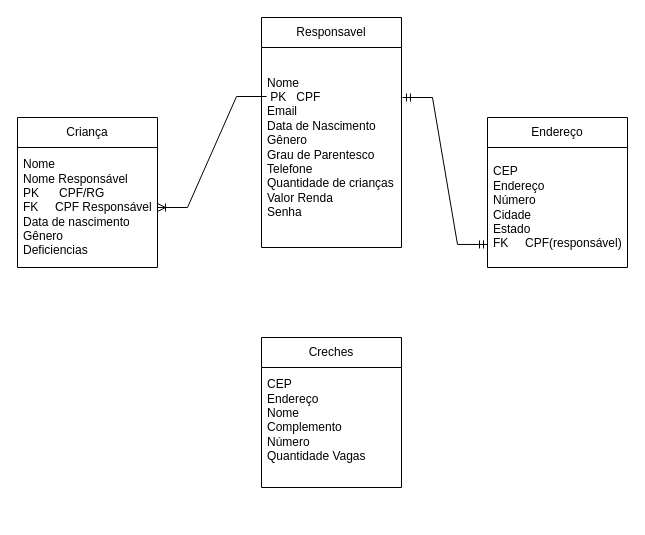
Before: DiagramaCreches.drawio in llucassilva/DiagramaCreches, a draw.io diagram. Source tidied: cells renumbered, new cells numbered last; positions are measured from the earlier drawing's top-left corner, leaving out a move shared by most shapes. Both pictures are drawn from the tidied source at 100%, with x=0, y=0 at pixel (17, 17).
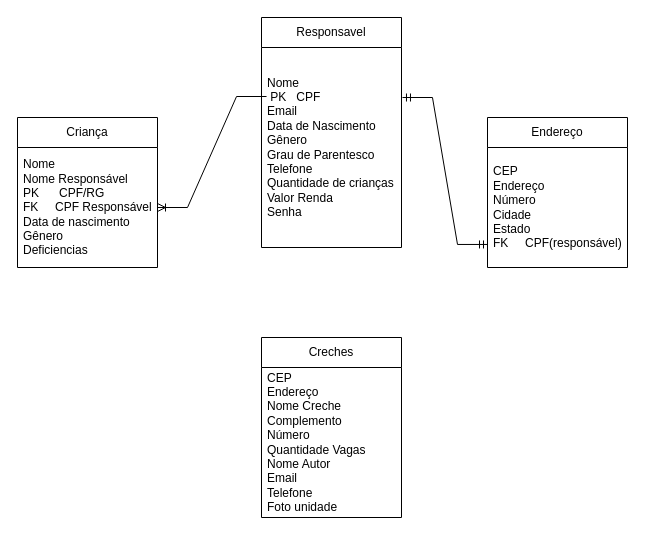
After the change.

Commit message:
atualizaçao creches

What changed in the source:
```diff
@@
 <mxGraphModel>
   <root>
     <mxCell id="0" />
     <mxCell id="1" parent="0" />
     <mxCell id="2" value="Criança" style="swimlane;fontStyle=0;horizontal=1;startSize=30;whiteSpace=wrap;html=1;" parent="1" vertex="1">
       <mxGeometry y="100" width="140" height="150" as="geometry" />
     </mxCell>
     <mxCell id="3" value="Nome&lt;div&gt;Nome Responsável&lt;/div&gt;&lt;div&gt;PK&amp;nbsp; &amp;nbsp; &amp;nbsp; CPF/RG&lt;/div&gt;&lt;div&gt;FK&amp;nbsp; &amp;nbsp; &amp;nbsp;CPF Responsável&lt;/div&gt;&lt;div&gt;Data de nascimento&lt;/div&gt;&lt;div&gt;Gênero&lt;br&gt;Deficiencias&lt;/div&gt;" style="text;strokeColor=none;fillColor=none;align=left;verticalAlign=middle;spacingLeft=4;spacingRight=4;overflow=hidden;points=[[0,0.5],[1,0.5]];portConstraint=eastwest;whiteSpace=wrap;html=1;" parent="2" vertex="1">
       <mxGeometry y="30" width="140" height="120" as="geometry" />
     </mxCell>
     <mxCell id="4" value="Responsavel" style="swimlane;fontStyle=0;horizontal=1;startSize=30;whiteSpace=wrap;html=1;" parent="1" vertex="1">
       <mxGeometry x="244" width="140" height="230" as="geometry" />
     </mxCell>
     <mxCell id="5" value="Nome&lt;br&gt;&amp;nbsp;PK&amp;nbsp; &amp;nbsp;CPF&lt;div&gt;&lt;div&gt;Email&lt;/div&gt;&lt;div&gt;Data de Nascimento&lt;br&gt;Gênero&lt;br&gt;Grau de Parentesco&lt;/div&gt;&lt;div&gt;Telefone&lt;br&gt;Quantidade de crianças&lt;/div&gt;&lt;div&gt;Valor Renda&lt;/div&gt;&lt;div&gt;Senha&lt;/div&gt;&lt;/div&gt;" style="text;strokeColor=none;fillColor=none;align=left;verticalAlign=middle;spacingLeft=4;spacingRight=4;overflow=hidden;points=[[0,0.5],[1,0.5]];portConstraint=eastwest;whiteSpace=wrap;html=1;" parent="4" vertex="1">
       <mxGeometry y="30" width="140" height="200" as="geometry" />
     </mxCell>
     <mxCell id="6" value="Creches" style="swimlane;fontStyle=0;horizontal=1;startSize=30;whiteSpace=wrap;html=1;" parent="1" vertex="1">
-      <mxGeometry x="244" y="320" width="140" height="150" as="geometry" />
+      <mxGeometry x="244" y="320" width="140" height="180" as="geometry" />
     </mxCell>
-    <mxCell id="7" value="CEP&lt;div&gt;Endereço&lt;/div&gt;&lt;div&gt;Nome&lt;/div&gt;&lt;div&gt;Complemento&lt;br&gt;Número&lt;/div&gt;&lt;div&gt;Quantidade Vagas&lt;br&gt;&lt;br&gt;&lt;/div&gt;" style="text;strokeColor=none;fillColor=none;align=left;verticalAlign=middle;spacingLeft=4;spacingRight=4;overflow=hidden;whiteSpace=wrap;html=1;" parent="6" vertex="1">
-      <mxGeometry y="30" width="140" height="120" as="geometry" />
+    <mxCell id="7" value="CEP&lt;div&gt;Endereço&lt;/div&gt;&lt;div&gt;Nome Creche&lt;/div&gt;&lt;div&gt;Complemento&lt;br&gt;Número&lt;/div&gt;&lt;div&gt;Quantidade Vagas&lt;br&gt;Nome Autor&lt;/div&gt;&lt;div&gt;Email&lt;/div&gt;&lt;div&gt;Telefone&lt;br&gt;Foto unidade&lt;/div&gt;" style="text;strokeColor=none;fillColor=none;align=left;verticalAlign=middle;spacingLeft=4;spacingRight=4;overflow=hidden;whiteSpace=wrap;html=1;" parent="6" vertex="1">
+      <mxGeometry y="30" width="140" height="150" as="geometry" />
     </mxCell>
     <mxCell id="8" value="Endereço" style="swimlane;fontStyle=0;horizontal=1;startSize=30;whiteSpace=wrap;html=1;" parent="1" vertex="1">
       <mxGeometry x="470" y="100" width="140" height="150" as="geometry" />
     </mxCell>
     <mxCell id="9" value="CEP&lt;br&gt;Endereço&lt;br&gt;Número&lt;br&gt;Cidade&lt;br&gt;Estado&lt;div&gt;FK&amp;nbsp; &amp;nbsp; &amp;nbsp;CPF(responsável)&lt;/div&gt;" style="text;strokeColor=none;fillColor=none;align=left;verticalAlign=middle;spacingLeft=4;spacingRight=4;overflow=hidden;points=[[0,0.5],[1,0.5]];portConstraint=eastwest;whiteSpace=wrap;html=1;" parent="8" vertex="1">
       <mxGeometry y="30" width="140" height="120" as="geometry" />
     </mxCell>
     <mxCell id="10" style="edgeStyle=entityRelationEdgeStyle;fontSize=12;html=1;endArrow=ERoneToMany;rounded=0;entryX=1;entryY=0.5;entryDx=0;entryDy=0;exitX=0.036;exitY=0.245;exitDx=0;exitDy=0;exitPerimeter=0;" parent="1" edge="1" source="5" target="3">
       <mxGeometry relative="1" as="geometry" />
     </mxCell>
     <mxCell id="11" style="edgeStyle=entityRelationEdgeStyle;fontSize=12;html=1;endArrow=ERmandOne;startArrow=ERmandOne;rounded=0;entryX=0;entryY=0.808;entryDx=0;entryDy=0;entryPerimeter=0;exitX=1.007;exitY=0.25;exitDx=0;exitDy=0;exitPerimeter=0;" parent="1" edge="1" source="5" target="9">
       <mxGeometry relative="1" as="geometry">
         <Array as="points">
           <mxPoint x="300" y="80" />
         </Array>
       </mxGeometry>
     </mxCell>
   </root>
 </mxGraphModel>
```
